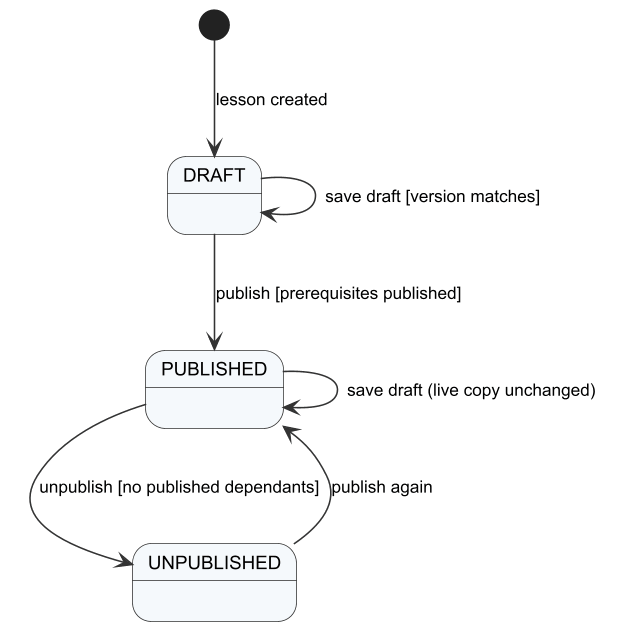
Tad-Min/PickleVerse keeps this PlantUML diagram as Doc/Project_report/Report/diagrams/png/r4_sm_lesson.png. Above is the earlier version. The source it was exported from:
```plantuml
@startuml r4_sm_lesson
!include _style.iuml
[*] --> DRAFT : lesson created
DRAFT --> DRAFT : save draft [version matches]
DRAFT --> PUBLISHED : publish [prerequisites published]
PUBLISHED --> UNPUBLISHED : unpublish [no published dependants]
UNPUBLISHED --> PUBLISHED : publish again
PUBLISHED --> PUBLISHED : save draft (live copy unchanged)
@enduml
```
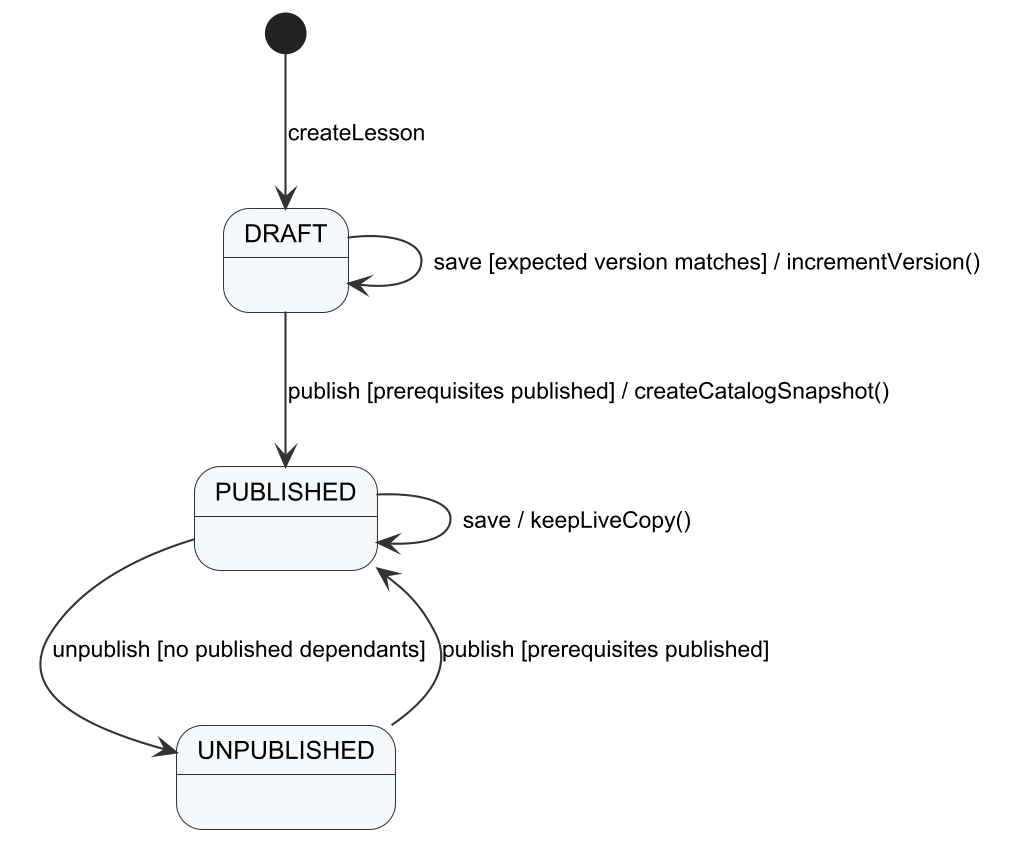
Above is the later version.

What changed in the source:
```diff
@@ -1,9 +1,9 @@
 @startuml r4_sm_lesson
 !include _style.iuml
-[*] --> DRAFT : lesson created
-DRAFT --> DRAFT : save draft [version matches]
-DRAFT --> PUBLISHED : publish [prerequisites published]
+[*] --> DRAFT : createLesson
+DRAFT --> DRAFT : save [expected version matches] / incrementVersion()
+DRAFT --> PUBLISHED : publish [prerequisites published] / createCatalogSnapshot()
 PUBLISHED --> UNPUBLISHED : unpublish [no published dependants]
-UNPUBLISHED --> PUBLISHED : publish again
-PUBLISHED --> PUBLISHED : save draft (live copy unchanged)
+UNPUBLISHED --> PUBLISHED : publish [prerequisites published]
+PUBLISHED --> PUBLISHED : save / keepLiveCopy()
 @enduml
```
